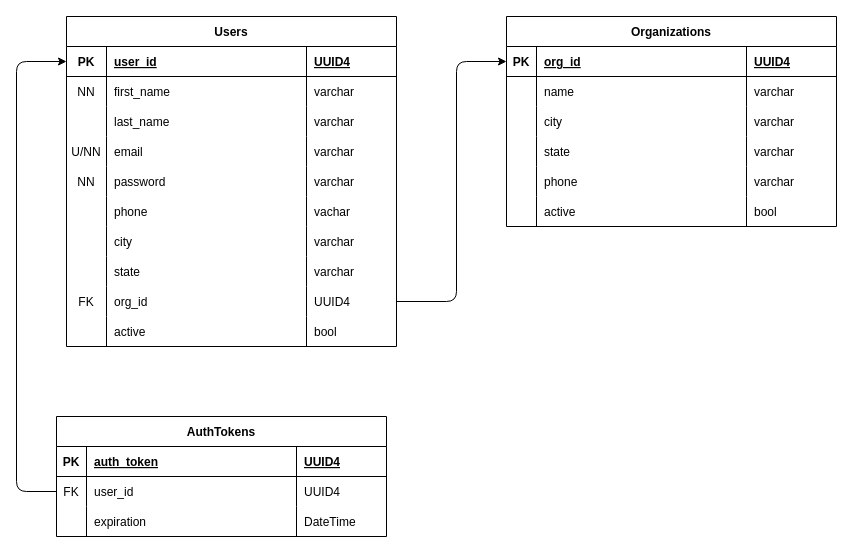
Earlier version of the draw.io diagram notes/6-auth-token/erd.drawio (James-Devpipline/BackEnd). Source tidied: cells renumbered, new cells numbered last; positions are measured from the earlier drawing's top-left corner, leaving out a move shared by most shapes. Both pictures are drawn from the tidied source at 100%, with x=0, y=0 at pixel (16, 16).
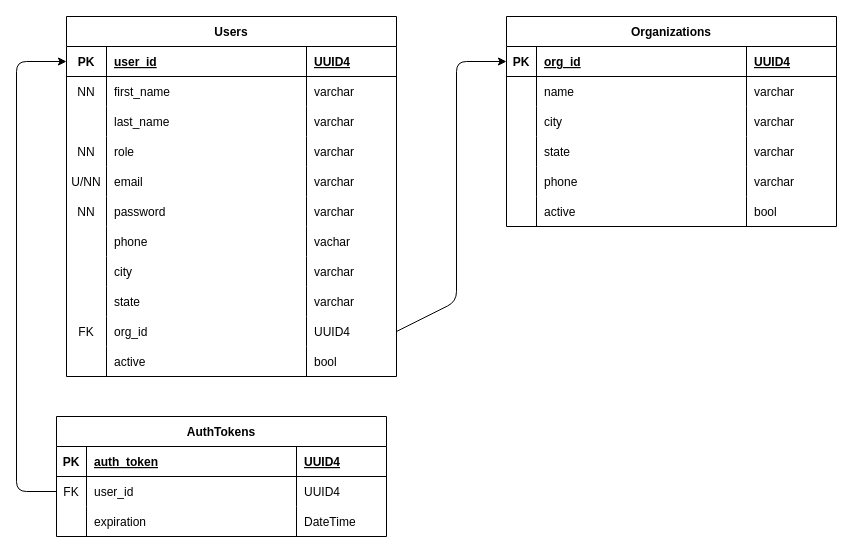
Above is the later version.

The edit, as a diff of the source:
```diff
@@
     <mxCell id="2" value="Users" style="shape=table;startSize=30;childLayout=tableLayout;rowLines=0;fontStyle=1;align=center;" parent="1" vertex="1">
-      <mxGeometry x="50" width="330" height="330" as="geometry" />
+      <mxGeometry x="50" width="330" height="360" as="geometry" />
     </mxCell>
@@
+    <mxCell id="83" style="shape=tableRow;horizontal=0;startSize=0;swimlaneHead=0;swimlaneBody=0;fillColor=none;top=0;left=0;right=0;bottom=0;" parent="2" vertex="1">
+      <mxGeometry y="120" width="330" height="30" as="geometry" />
+    </mxCell>
+    <mxCell id="84" value="NN" style="shape=partialRectangle;fillColor=none;top=0;left=0;bottom=0;right=0;overflow=hidden;" parent="83" vertex="1">
+      <mxGeometry width="40" height="30" as="geometry" />
+    </mxCell>
+    <mxCell id="85" value="role" style="shape=partialRectangle;fillColor=none;top=0;left=0;bottom=0;right=0;align=left;spacingLeft=6;overflow=hidden;" parent="83" vertex="1">
+      <mxGeometry x="40" width="200" height="30" as="geometry" />
+    </mxCell>
+    <mxCell id="86" value="varchar" style="shape=partialRectangle;fillColor=none;top=0;left=0;bottom=0;right=0;align=left;spacingLeft=6;overflow=hidden;" parent="83" vertex="1">
+      <mxGeometry x="240" width="90" height="30" as="geometry" />
+    </mxCell>
     <mxCell id="15" style="shape=tableRow;horizontal=0;startSize=0;swimlaneHead=0;swimlaneBody=0;fillColor=none;top=0;left=0;right=0;bottom=0;" parent="2" vertex="1">
-      <mxGeometry y="120" width="330" height="30" as="geometry" />
+      <mxGeometry y="150" width="330" height="30" as="geometry" />
     </mxCell>
@@
     <mxCell id="19" style="shape=tableRow;horizontal=0;startSize=0;swimlaneHead=0;swimlaneBody=0;fillColor=none;top=0;left=0;right=0;bottom=0;" parent="2" vertex="1">
-      <mxGeometry y="150" width="330" height="30" as="geometry" />
+      <mxGeometry y="180" width="330" height="30" as="geometry" />
     </mxCell>
@@
     <mxCell id="23" style="shape=tableRow;horizontal=0;startSize=0;swimlaneHead=0;swimlaneBody=0;fillColor=none;top=0;left=0;right=0;bottom=0;" parent="2" vertex="1">
-      <mxGeometry y="180" width="330" height="30" as="geometry" />
+      <mxGeometry y="210" width="330" height="30" as="geometry" />
     </mxCell>
@@
     <mxCell id="27" style="shape=tableRow;horizontal=0;startSize=0;swimlaneHead=0;swimlaneBody=0;fillColor=none;top=0;left=0;right=0;bottom=0;" parent="2" vertex="1">
-      <mxGeometry y="210" width="330" height="30" as="geometry" />
+      <mxGeometry y="240" width="330" height="30" as="geometry" />
     </mxCell>
@@
     <mxCell id="31" style="shape=tableRow;horizontal=0;startSize=0;swimlaneHead=0;swimlaneBody=0;fillColor=none;top=0;left=0;right=0;bottom=0;" parent="2" vertex="1">
-      <mxGeometry y="240" width="330" height="30" as="geometry" />
+      <mxGeometry y="270" width="330" height="30" as="geometry" />
     </mxCell>
@@
     <mxCell id="35" style="shape=tableRow;horizontal=0;startSize=0;swimlaneHead=0;swimlaneBody=0;fillColor=none;points=[[0,0.5],[1,0.5]];portConstraint=eastwest;top=0;left=0;right=0;bottom=0;" parent="2" vertex="1">
-      <mxGeometry y="270" width="330" height="30" as="geometry" />
+      <mxGeometry y="300" width="330" height="30" as="geometry" />
     </mxCell>
@@
     <mxCell id="39" style="shape=tableRow;horizontal=0;startSize=0;swimlaneHead=0;swimlaneBody=0;fillColor=none;top=0;left=0;right=0;bottom=0;" parent="2" vertex="1">
-      <mxGeometry y="300" width="330" height="30" as="geometry" />
+      <mxGeometry y="330" width="330" height="30" as="geometry" />
     </mxCell>
```
